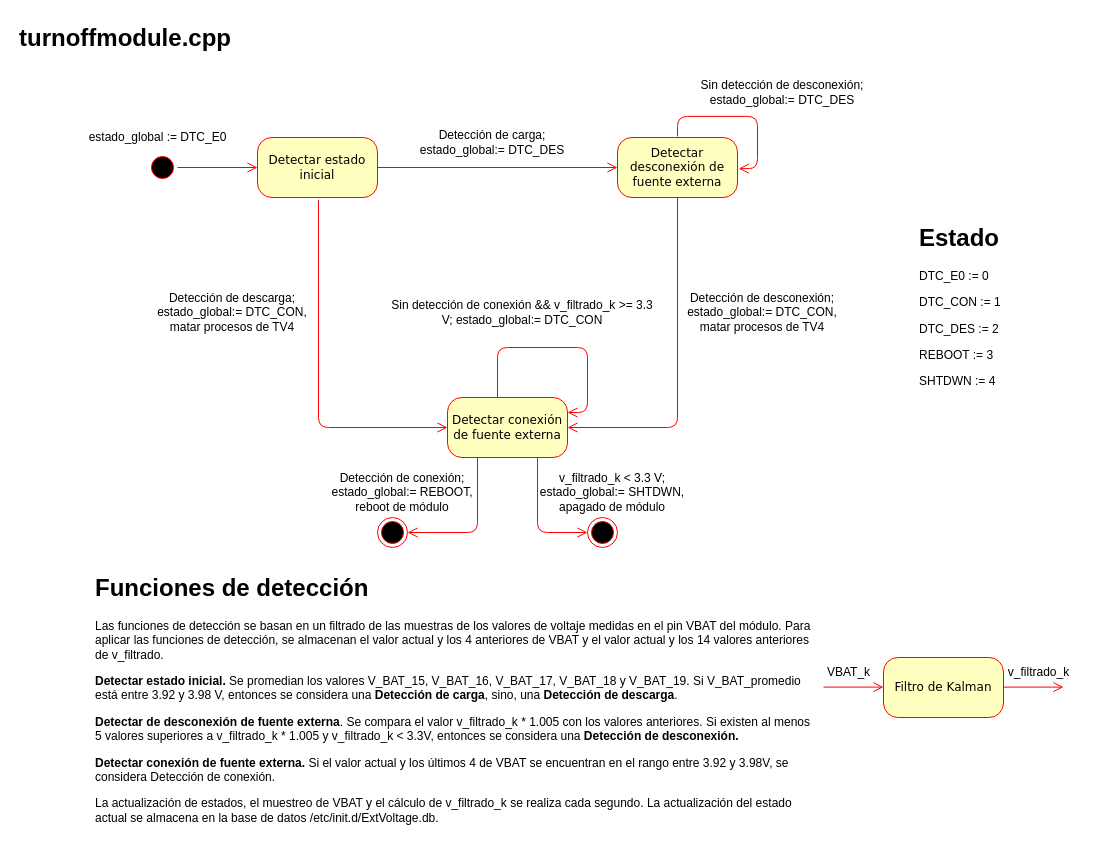
Above: TurnOffModule.drawio in CesarRodriguez14/Tag_Vehiculo_4_0_Diagramas (draw.io), before the change. Source tidied: cells renumbered, new cells numbered last; positions are measured from the earlier drawing's top-left corner, leaving out a move shared by most shapes. Both pictures are drawn from the tidied source at 100%, with x=0, y=0 at pixel (17, 17).
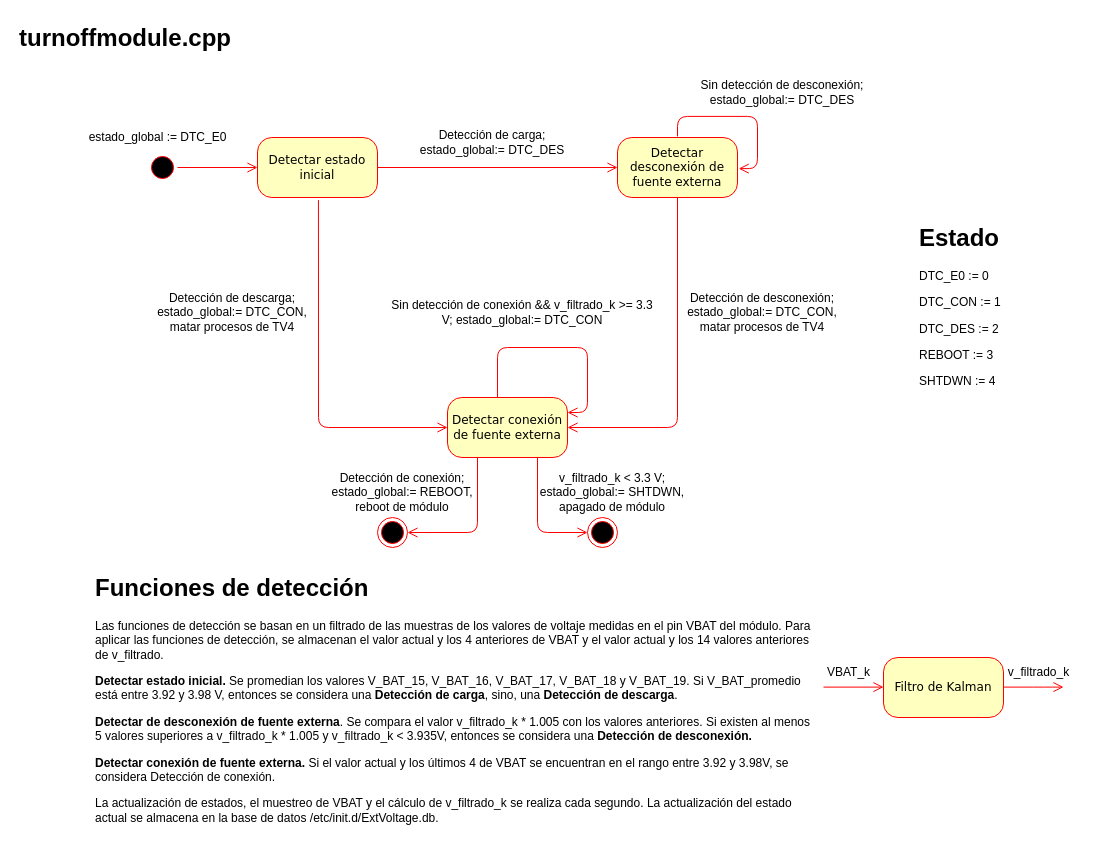
The same page after the edit.

The edit, as a diff of the source:
```diff
@@
-    <mxCell id="24" value="&lt;h1 style=&quot;margin-top: 0px;&quot;&gt;Funciones de detección&lt;/h1&gt;&lt;p&gt;Las funciones de detección se basan en un filtrado de las muestras de los valores de voltaje medidas en el pin VBAT del módulo. Para aplicar las funciones de detección, se almacenan el valor actual y los 4 anteriores de VBAT y el valor actual y los 14 valores anteriores de v_filtrado.&lt;/p&gt;&lt;p&gt;&lt;b&gt;Detectar estado inicial.&lt;/b&gt;&amp;nbsp;Se promedian los valores V_BAT_15,&amp;nbsp;&lt;span style=&quot;background-color: transparent; color: light-dark(rgb(0, 0, 0), rgb(255, 255, 255));&quot;&gt;V_BAT_16,&amp;nbsp;&lt;/span&gt;&lt;span style=&quot;background-color: transparent; color: light-dark(rgb(0, 0, 0), rgb(255, 255, 255));&quot;&gt;V_BAT_17,&amp;nbsp;&lt;/span&gt;&lt;span style=&quot;background-color: transparent; color: light-dark(rgb(0, 0, 0), rgb(255, 255, 255));&quot;&gt;V_BAT_18 y&amp;nbsp;&lt;/span&gt;&lt;span style=&quot;background-color: transparent; color: light-dark(rgb(0, 0, 0), rgb(255, 255, 255));&quot;&gt;V_BAT_19. Si V_BAT_promedio está entre 3.92 y 3.98 V, entonces se considera una &lt;b&gt;Detección de carga&lt;/b&gt;, sino, una &lt;b&gt;Detección de descarga&lt;/b&gt;.&amp;nbsp;&lt;/span&gt;&lt;/p&gt;&lt;p&gt;&lt;b&gt;Detectar de desconexión de fuente externa&lt;/b&gt;. Se compara el valor v_filtrado_k * 1.005 con los valores anteriores. Si existen al menos 5 valores superiores a v_filtrado_k * 1.005 y v_filtrado_k &amp;lt; 3.3V, entonces se considera una &lt;b&gt;Detección de desconexión.&lt;/b&gt;&lt;/p&gt;&lt;p&gt;&lt;b&gt;Detectar conexión de fuente externa. &lt;/b&gt;Si el valor actual y los últimos 4 de VBAT se encuentran en el rango entre 3.92 y 3.98V, se considera Detección de conexión.&lt;/p&gt;&lt;p&gt;La actualización de estados, el muestreo de VBAT y el cálculo de v_filtrado_k se realiza cada segundo. La actualización del estado actual se almacena en la base de datos /etc/init.d/ExtVoltage.db.&lt;/p&gt;" style="text;html=1;whiteSpace=wrap;overflow=hidden;rounded=0;" parent="1" vertex="1">
+    <mxCell id="24" value="&lt;h1 style=&quot;margin-top: 0px;&quot;&gt;Funciones de detección&lt;/h1&gt;&lt;p&gt;Las funciones de detección se basan en un filtrado de las muestras de los valores de voltaje medidas en el pin VBAT del módulo. Para aplicar las funciones de detección, se almacenan el valor actual y los 4 anteriores de VBAT y el valor actual y los 14 valores anteriores de v_filtrado.&lt;/p&gt;&lt;p&gt;&lt;b&gt;Detectar estado inicial.&lt;/b&gt;&amp;nbsp;Se promedian los valores V_BAT_15,&amp;nbsp;&lt;span style=&quot;background-color: transparent; color: light-dark(rgb(0, 0, 0), rgb(255, 255, 255));&quot;&gt;V_BAT_16,&amp;nbsp;&lt;/span&gt;&lt;span style=&quot;background-color: transparent; color: light-dark(rgb(0, 0, 0), rgb(255, 255, 255));&quot;&gt;V_BAT_17,&amp;nbsp;&lt;/span&gt;&lt;span style=&quot;background-color: transparent; color: light-dark(rgb(0, 0, 0), rgb(255, 255, 255));&quot;&gt;V_BAT_18 y&amp;nbsp;&lt;/span&gt;&lt;span style=&quot;background-color: transparent; color: light-dark(rgb(0, 0, 0), rgb(255, 255, 255));&quot;&gt;V_BAT_19. Si V_BAT_promedio está entre 3.92 y 3.98 V, entonces se considera una &lt;b&gt;Detección de carga&lt;/b&gt;, sino, una &lt;b&gt;Detección de descarga&lt;/b&gt;.&amp;nbsp;&lt;/span&gt;&lt;/p&gt;&lt;p&gt;&lt;b&gt;Detectar de desconexión de fuente externa&lt;/b&gt;. Se compara el valor v_filtrado_k * 1.005 con los valores anteriores. Si existen al menos 5 valores superiores a v_filtrado_k * 1.005 y v_filtrado_k &amp;lt; 3.935V, entonces se considera una &lt;b&gt;Detección de desconexión.&lt;/b&gt;&lt;/p&gt;&lt;p&gt;&lt;b&gt;Detectar conexión de fuente externa. &lt;/b&gt;Si el valor actual y los últimos 4 de VBAT se encuentran en el rango entre 3.92 y 3.98V, se considera Detección de conexión.&lt;/p&gt;&lt;p&gt;La actualización de estados, el muestreo de VBAT y el cálculo de v_filtrado_k se realiza cada segundo. La actualización del estado actual se almacena en la base de datos /etc/init.d/ExtVoltage.db.&lt;/p&gt;" style="text;html=1;whiteSpace=wrap;overflow=hidden;rounded=0;" parent="1" vertex="1">
       <mxGeometry x="76" y="550" width="720" height="270" as="geometry" />
     </mxCell>
```
